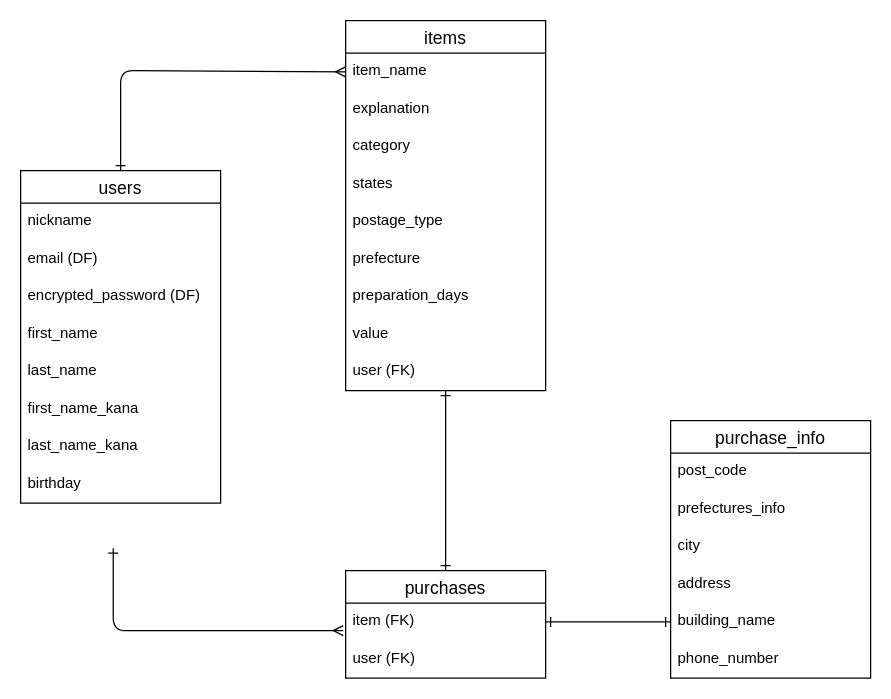
Before: FURIMA-38877.dio in NRM129/furima-38877, a draw.io diagram. Source tidied: cells renumbered, new cells numbered last; positions are measured from the earlier drawing's top-left corner, leaving out a move shared by most shapes. Both pictures are drawn from the tidied source at 125%, with x=0, y=0 at pixel (20, 20).
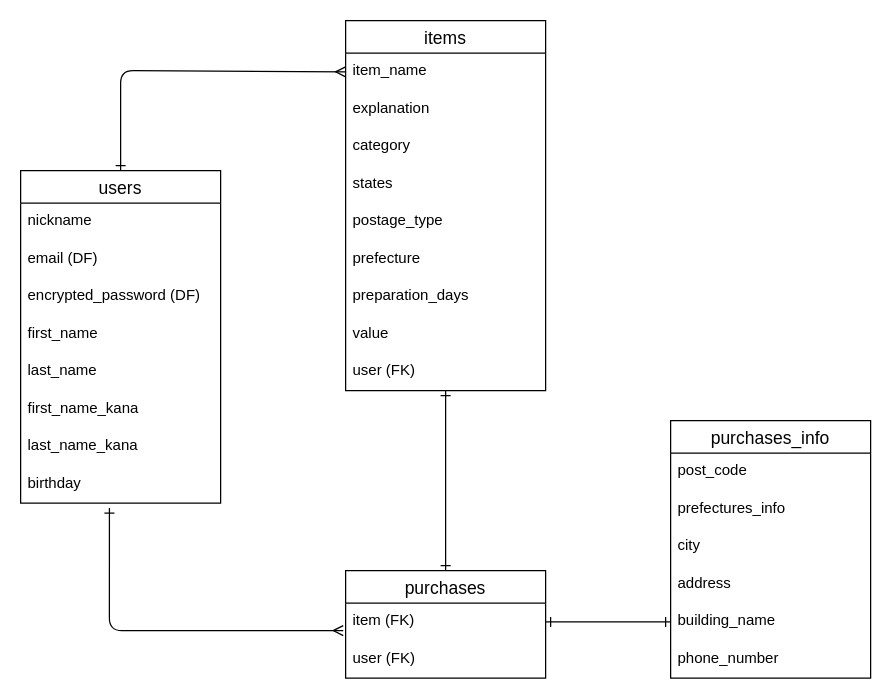
Above is the later version.

Unchanged cells that the change refers to:
```xml
<mxCell id="10" value="birthday" style="text;strokeColor=none;fillColor=none;spacingLeft=4;spacingRight=4;overflow=hidden;points=[[0,0.5],[1,0.5]];portConstraint=eastwest;fontSize=12;" parent="2" vertex="1">
  <mxGeometry y="236" width="160" height="30" as="geometry" />
</mxCell>
<mxCell id="23" value="item (FK)" style="text;strokeColor=none;fillColor=none;spacingLeft=4;spacingRight=4;overflow=hidden;points=[[0,0.5],[1,0.5]];portConstraint=eastwest;fontSize=12;" parent="22" vertex="1">
  <mxGeometry y="26" width="160" height="30" as="geometry" />
</mxCell>
```

Diff of the diagram source:
```diff
@@
-    <mxCell id="25" value="purchase_info" style="swimlane;fontStyle=0;horizontal=1;startSize=26;align=center;fontSize=14;" parent="1" vertex="1">
+    <mxCell id="25" value="purchases_info" style="swimlane;fontStyle=0;horizontal=1;startSize=26;align=center;fontSize=14;" parent="1" vertex="1">
       <mxGeometry x="520" y="320" width="160" height="206" as="geometry" />
     </mxCell>
@@
-    <mxCell id="32" style="edgeStyle=orthogonalEdgeStyle;fontSize=12;html=1;endArrow=ERmany;entryX=-0.012;entryY=0.733;entryDx=0;entryDy=0;entryPerimeter=0;exitX=0.463;exitY=1.059;exitDx=0;exitDy=0;exitPerimeter=0;startArrow=ERone;startFill=0;" parent="1" edge="1" target="23">
+    <mxCell id="32" style="edgeStyle=orthogonalEdgeStyle;fontSize=12;html=1;endArrow=ERmany;entryX=-0.012;entryY=0.733;entryDx=0;entryDy=0;entryPerimeter=0;startArrow=ERone;startFill=0;exitX=0.444;exitY=1.133;exitDx=0;exitDy=0;exitPerimeter=0;" parent="1" edge="1" source="10" target="23">
       <mxGeometry relative="1" as="geometry">
-        <mxPoint x="74.1" y="422" as="sourcePoint" />
         <Array as="points">
-          <mxPoint x="74" y="488" />
+          <mxPoint x="71" y="488" />
         </Array>
       </mxGeometry>
     </mxCell>
```
